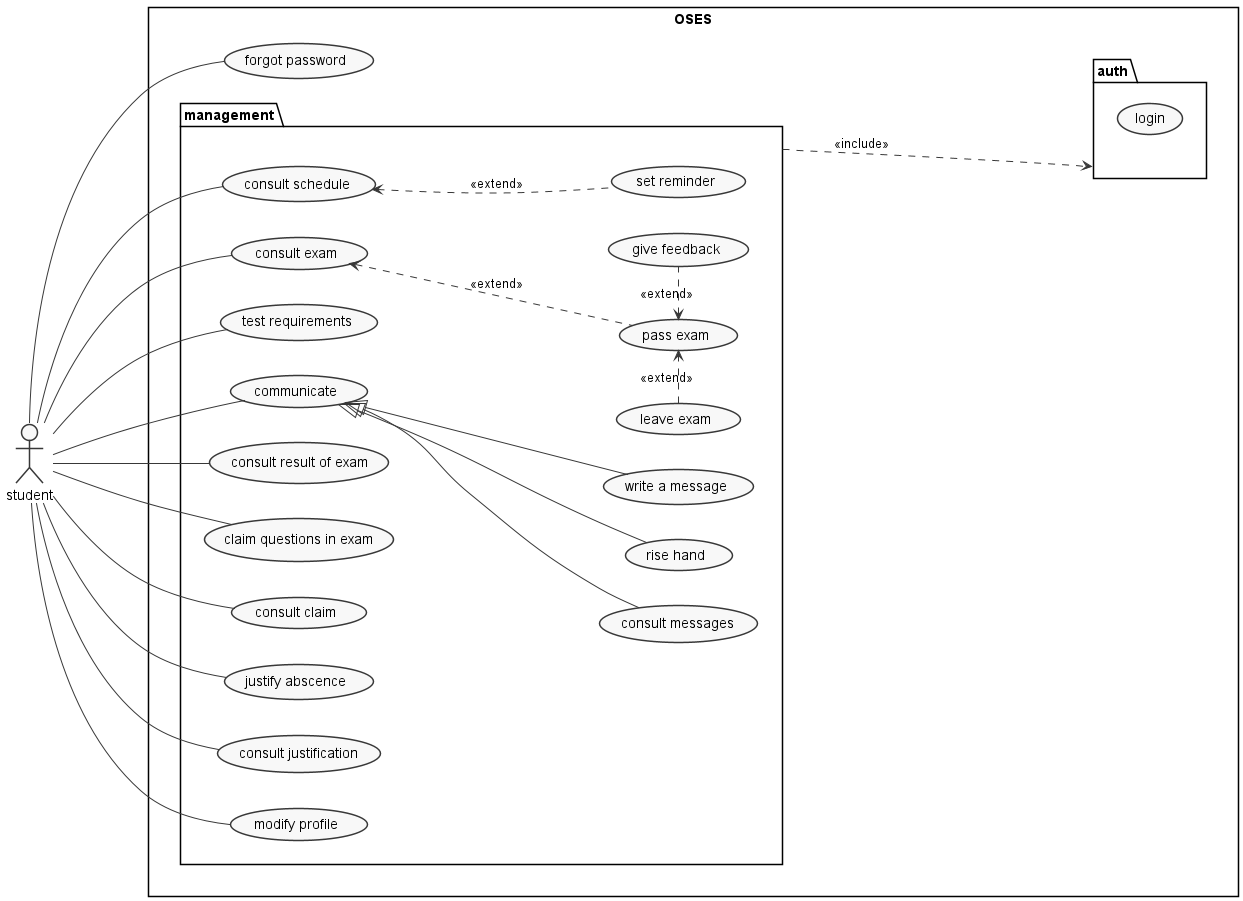
Above: Chapters/images/student_UCD.png in OnlineSecureExamSystem/oses-essays-memos (PlantUML), before the change.
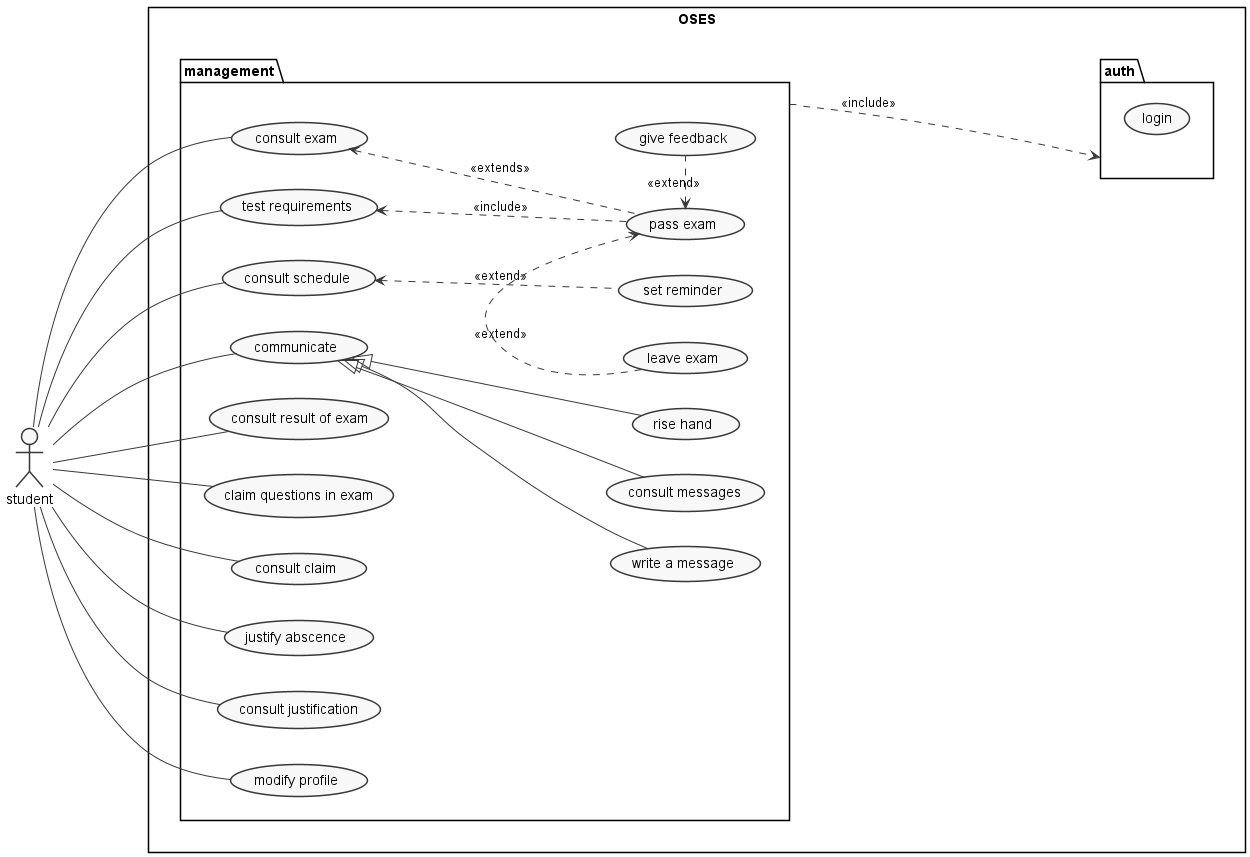
After the change.

Diff of the diagram source:
```diff
@@ -6,9 +6,6 @@
 
 actor "student" as student
 rectangle OSES{
-
-    usecase "forgot password" as forgotPasswd
-    student -- forgotPasswd
 
     package management  {
     usecase "consult schedule" as consltExamSchdl
@@ -29,7 +26,8 @@
 
     passExam <.r. reviewExam:<<extend>>
     passExam <.l. leaveExam:<<extend>>
-    cnsltExam <.. passExam:<<extend>>
+    passExam .u.> testRequirements:<<include>>
+    cnsltExam <.. passExam:<<extends>>
     communicate <|-- riseHand
     communicate <|-- writeMessage
     communicate <|-- consultMessages
```
